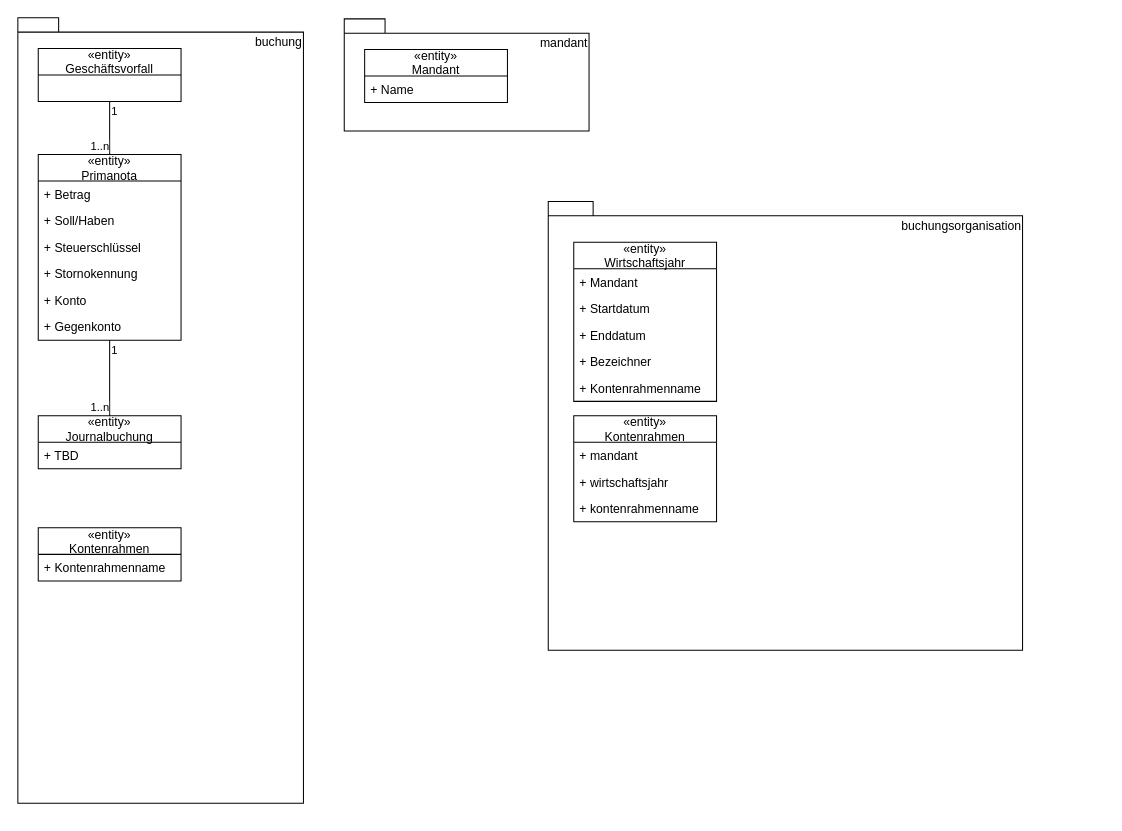
DirkPodolakEssquare/agenda keeps this draw.io diagram as page "Datenmodelle" (4 of 5) of architektur/Architektur.drawio. Above is the earlier version. Source tidied: cells renumbered, new cells numbered last; positions are measured from the earlier drawing's top-left corner, leaving out a move shared by most shapes. Both pictures are drawn from the tidied source at 102%, with x=0, y=0 at pixel (17, 17).
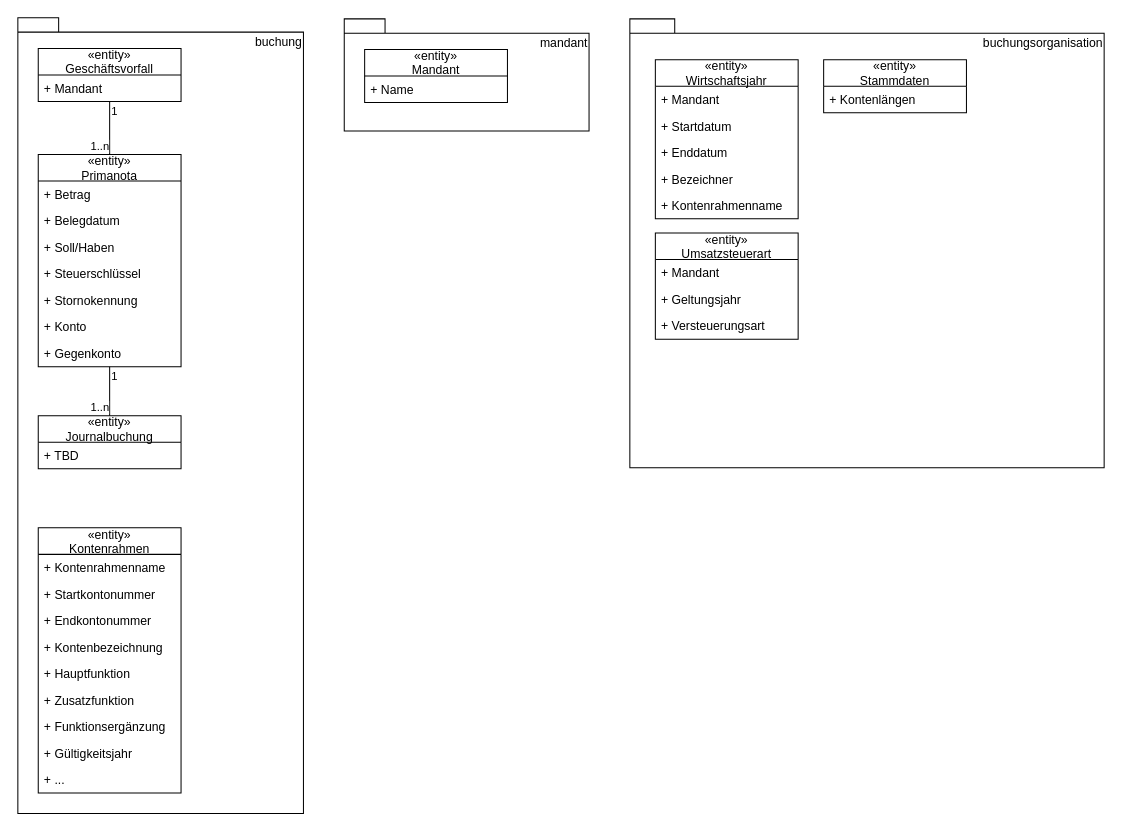
After the change.

Commit message (it also covers changes not shown here):
Datenmodell, Mandant anlegen Prozess in alter Form

The change refers to these unchanged cells:
```xml
<mxCell id="13" value="«entity»&#10;Geschäftsvorfall" style="swimlane;fontStyle=0;horizontal=1;startSize=26;fillColor=none;" parent="1" vertex="1">
  <mxGeometry x="20" y="30" width="140" height="52" as="geometry" />
</mxCell>
```

Change to the diagram source:
```diff
@@
     <mxCell id="5" value="&lt;span style=&quot;font-weight: 400&quot;&gt;buchungsorganisation&lt;br&gt;&lt;/span&gt;" style="shape=folder;fontStyle=1;spacingTop=10;tabWidth=40;tabHeight=14;tabPosition=left;html=1;align=right;verticalAlign=top;" parent="1" vertex="1">
-      <mxGeometry x="520" y="180" width="465" height="440" as="geometry" />
+      <mxGeometry x="600" y="1" width="465" height="440" as="geometry" />
     </mxCell>
     <mxCell id="6" value="«entity»&#10;Wirtschaftsjahr" style="swimlane;fontStyle=0;horizontal=1;startSize=26;fillColor=none;" parent="1" vertex="1">
-      <mxGeometry x="545" y="220" width="140" height="156" as="geometry" />
+      <mxGeometry x="625" y="41" width="140" height="156" as="geometry" />
     </mxCell>
@@
     <mxCell id="12" value="&lt;span style=&quot;font-weight: 400&quot;&gt;buchung&lt;br&gt;&lt;/span&gt;" style="shape=folder;fontStyle=1;spacingTop=10;tabWidth=40;tabHeight=14;tabPosition=left;html=1;align=right;verticalAlign=top;" parent="1" vertex="1">
-      <mxGeometry width="280" height="770" as="geometry" />
+      <mxGeometry width="280" height="780" as="geometry" />
     </mxCell>
@@
+    <mxCell id="35" value="+ Mandant" style="text;strokeColor=none;fillColor=none;align=left;verticalAlign=top;spacingLeft=4;spacingRight=4;overflow=hidden;" parent="13" vertex="1">
+      <mxGeometry y="26" width="140" height="26" as="geometry" />
+    </mxCell>
     <mxCell id="14" value="«entity»&#10;Primanota" style="swimlane;fontStyle=0;horizontal=1;startSize=26;fillColor=none;" parent="1" vertex="1">
-      <mxGeometry x="20" y="134" width="140" height="182" as="geometry" />
+      <mxGeometry x="20" y="134" width="140" height="208" as="geometry" />
     </mxCell>
@@
+    <mxCell id="36" value="+ Belegdatum" style="text;strokeColor=none;fillColor=none;align=left;verticalAlign=top;spacingLeft=4;spacingRight=4;overflow=hidden;" parent="14" vertex="1">
+      <mxGeometry y="52" width="140" height="26" as="geometry" />
+    </mxCell>
     <mxCell id="16" value="+ Soll/Haben" style="text;strokeColor=none;fillColor=none;align=left;verticalAlign=top;spacingLeft=4;spacingRight=4;overflow=hidden;" parent="14" vertex="1">
-      <mxGeometry y="52" width="140" height="26" as="geometry" />
+      <mxGeometry y="78" width="140" height="26" as="geometry" />
     </mxCell>
     <mxCell id="17" value="+ Steuerschlüssel" style="text;strokeColor=none;fillColor=none;align=left;verticalAlign=top;spacingLeft=4;spacingRight=4;overflow=hidden;" parent="14" vertex="1">
-      <mxGeometry y="78" width="140" height="26" as="geometry" />
+      <mxGeometry y="104" width="140" height="26" as="geometry" />
     </mxCell>
     <mxCell id="18" value="+ Stornokennung" style="text;strokeColor=none;fillColor=none;align=left;verticalAlign=top;spacingLeft=4;spacingRight=4;overflow=hidden;" parent="14" vertex="1">
-      <mxGeometry y="104" width="140" height="26" as="geometry" />
+      <mxGeometry y="130" width="140" height="26" as="geometry" />
     </mxCell>
     <mxCell id="19" value="+ Konto" style="text;strokeColor=none;fillColor=none;align=left;verticalAlign=top;spacingLeft=4;spacingRight=4;overflow=hidden;" parent="14" vertex="1">
-      <mxGeometry y="130" width="140" height="26" as="geometry" />
+      <mxGeometry y="156" width="140" height="26" as="geometry" />
     </mxCell>
     <mxCell id="20" value="+ Gegenkonto" style="text;strokeColor=none;fillColor=none;align=left;verticalAlign=top;spacingLeft=4;spacingRight=4;overflow=hidden;" parent="14" vertex="1">
-      <mxGeometry y="156" width="140" height="26" as="geometry" />
+      <mxGeometry y="182" width="140" height="26" as="geometry" />
     </mxCell>
@@
-    <mxCell id="29" value="«entity»&#10;Kontenrahmen" style="swimlane;fontStyle=0;horizontal=1;startSize=26;fillColor=none;" parent="1" vertex="1">
-      <mxGeometry x="545" y="390" width="140" height="104" as="geometry" />
-    </mxCell>
-    <mxCell id="30" value="+ mandant" style="text;strokeColor=none;fillColor=none;align=left;verticalAlign=top;spacingLeft=4;spacingRight=4;overflow=hidden;" parent="29" vertex="1">
-      <mxGeometry y="26" width="140" height="26" as="geometry" />
-    </mxCell>
-    <mxCell id="31" value="+ wirtschaftsjahr" style="text;strokeColor=none;fillColor=none;align=left;verticalAlign=top;spacingLeft=4;spacingRight=4;overflow=hidden;" parent="29" vertex="1">
-      <mxGeometry y="52" width="140" height="26" as="geometry" />
-    </mxCell>
-    <mxCell id="32" value="+ kontenrahmenname" style="text;strokeColor=none;fillColor=none;align=left;verticalAlign=top;spacingLeft=4;spacingRight=4;overflow=hidden;" parent="29" vertex="1">
-      <mxGeometry y="78" width="140" height="26" as="geometry" />
-    </mxCell>
     <mxCell id="33" value="«entity»&#10;Kontenrahmen" style="swimlane;fontStyle=0;horizontal=1;startSize=26;fillColor=none;" parent="1" vertex="1">
-      <mxGeometry x="20" y="500" width="140" height="52" as="geometry" />
+      <mxGeometry x="20" y="500" width="140" height="260" as="geometry" />
     </mxCell>
@@
+    <mxCell id="37" value="+ Startkontonummer" style="text;strokeColor=none;fillColor=none;align=left;verticalAlign=top;spacingLeft=4;spacingRight=4;overflow=hidden;" parent="33" vertex="1">
+      <mxGeometry y="52" width="140" height="26" as="geometry" />
+    </mxCell>
+    <mxCell id="38" value="+ Endkontonummer" style="text;strokeColor=none;fillColor=none;align=left;verticalAlign=top;spacingLeft=4;spacingRight=4;overflow=hidden;" parent="33" vertex="1">
+      <mxGeometry y="78" width="140" height="26" as="geometry" />
+    </mxCell>
+    <mxCell id="39" value="+ Kontenbezeichnung" style="text;strokeColor=none;fillColor=none;align=left;verticalAlign=top;spacingLeft=4;spacingRight=4;overflow=hidden;" parent="33" vertex="1">
+      <mxGeometry y="104" width="140" height="26" as="geometry" />
+    </mxCell>
+    <mxCell id="40" value="+ Hauptfunktion" style="text;strokeColor=none;fillColor=none;align=left;verticalAlign=top;spacingLeft=4;spacingRight=4;overflow=hidden;" parent="33" vertex="1">
+      <mxGeometry y="130" width="140" height="26" as="geometry" />
+    </mxCell>
+    <mxCell id="41" value="+ Zusatzfunktion" style="text;strokeColor=none;fillColor=none;align=left;verticalAlign=top;spacingLeft=4;spacingRight=4;overflow=hidden;" parent="33" vertex="1">
+      <mxGeometry y="156" width="140" height="26" as="geometry" />
+    </mxCell>
+    <mxCell id="42" value="+ Funktionsergänzung" style="text;strokeColor=none;fillColor=none;align=left;verticalAlign=top;spacingLeft=4;spacingRight=4;overflow=hidden;" parent="33" vertex="1">
+      <mxGeometry y="182" width="140" height="26" as="geometry" />
+    </mxCell>
+    <mxCell id="43" value="+ Gültigkeitsjahr" style="text;strokeColor=none;fillColor=none;align=left;verticalAlign=top;spacingLeft=4;spacingRight=4;overflow=hidden;" parent="33" vertex="1">
+      <mxGeometry y="208" width="140" height="26" as="geometry" />
+    </mxCell>
+    <mxCell id="44" value="+ ..." style="text;strokeColor=none;fillColor=none;align=left;verticalAlign=top;spacingLeft=4;spacingRight=4;overflow=hidden;" parent="33" vertex="1">
+      <mxGeometry y="234" width="140" height="26" as="geometry" />
+    </mxCell>
+    <mxCell id="45" value="«entity»&#10;Umsatzsteuerart" style="swimlane;fontStyle=0;horizontal=1;startSize=26;fillColor=none;" parent="1" vertex="1">
+      <mxGeometry x="625" y="211" width="140" height="104" as="geometry" />
+    </mxCell>
+    <mxCell id="46" value="+ Mandant" style="text;strokeColor=none;fillColor=none;align=left;verticalAlign=top;spacingLeft=4;spacingRight=4;overflow=hidden;" parent="45" vertex="1">
+      <mxGeometry y="26" width="140" height="26" as="geometry" />
+    </mxCell>
+    <mxCell id="47" value="+ Geltungsjahr" style="text;strokeColor=none;fillColor=none;align=left;verticalAlign=top;spacingLeft=4;spacingRight=4;overflow=hidden;" parent="45" vertex="1">
+      <mxGeometry y="52" width="140" height="26" as="geometry" />
+    </mxCell>
+    <mxCell id="48" value="+ Versteuerungsart" style="text;strokeColor=none;fillColor=none;align=left;verticalAlign=top;spacingLeft=4;spacingRight=4;overflow=hidden;" parent="45" vertex="1">
+      <mxGeometry y="78" width="140" height="26" as="geometry" />
+    </mxCell>
+    <mxCell id="49" value="«entity»&#10;Stammdaten" style="swimlane;fontStyle=0;horizontal=1;startSize=26;fillColor=none;" parent="1" vertex="1">
+      <mxGeometry x="790" y="41" width="140" height="52" as="geometry" />
+    </mxCell>
+    <mxCell id="50" value="+ Kontenlängen" style="text;strokeColor=none;fillColor=none;align=left;verticalAlign=top;spacingLeft=4;spacingRight=4;overflow=hidden;" parent="49" vertex="1">
+      <mxGeometry y="26" width="140" height="26" as="geometry" />
+    </mxCell>
```
